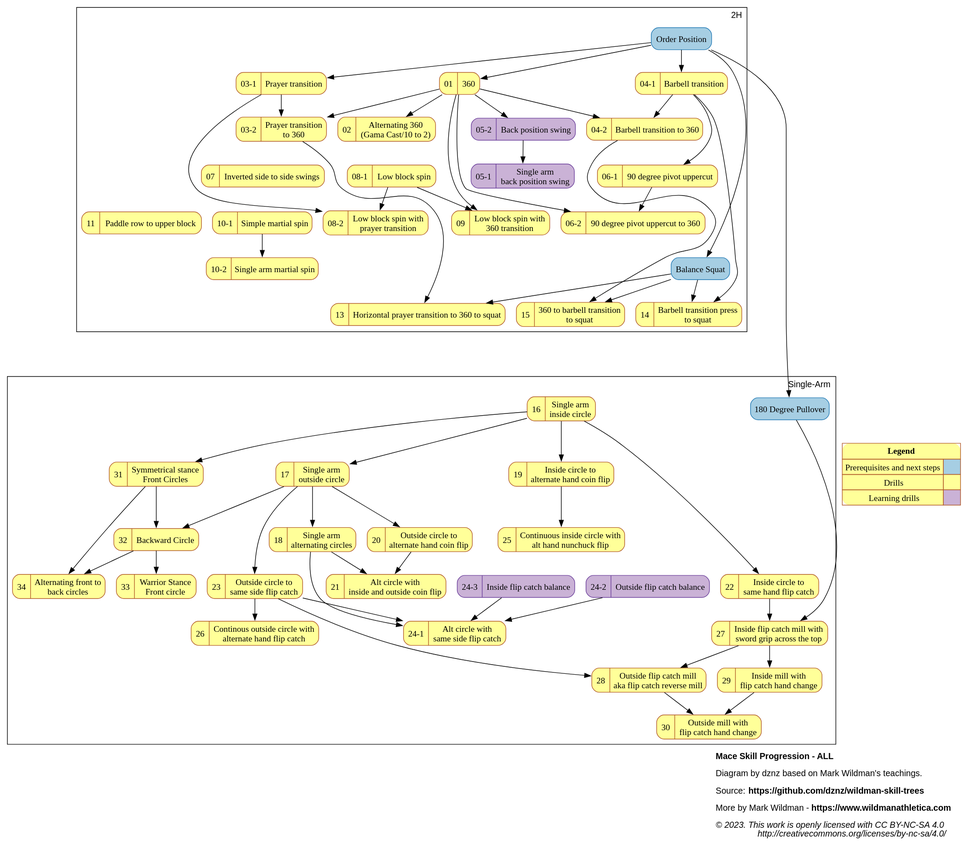
The PlantUML diagram dist/mace_progression_ALL.svg in dznz/wildman-skill-trees, before a commit. Its source is kept beside it as src/mace/mace_progression_ALL.puml.
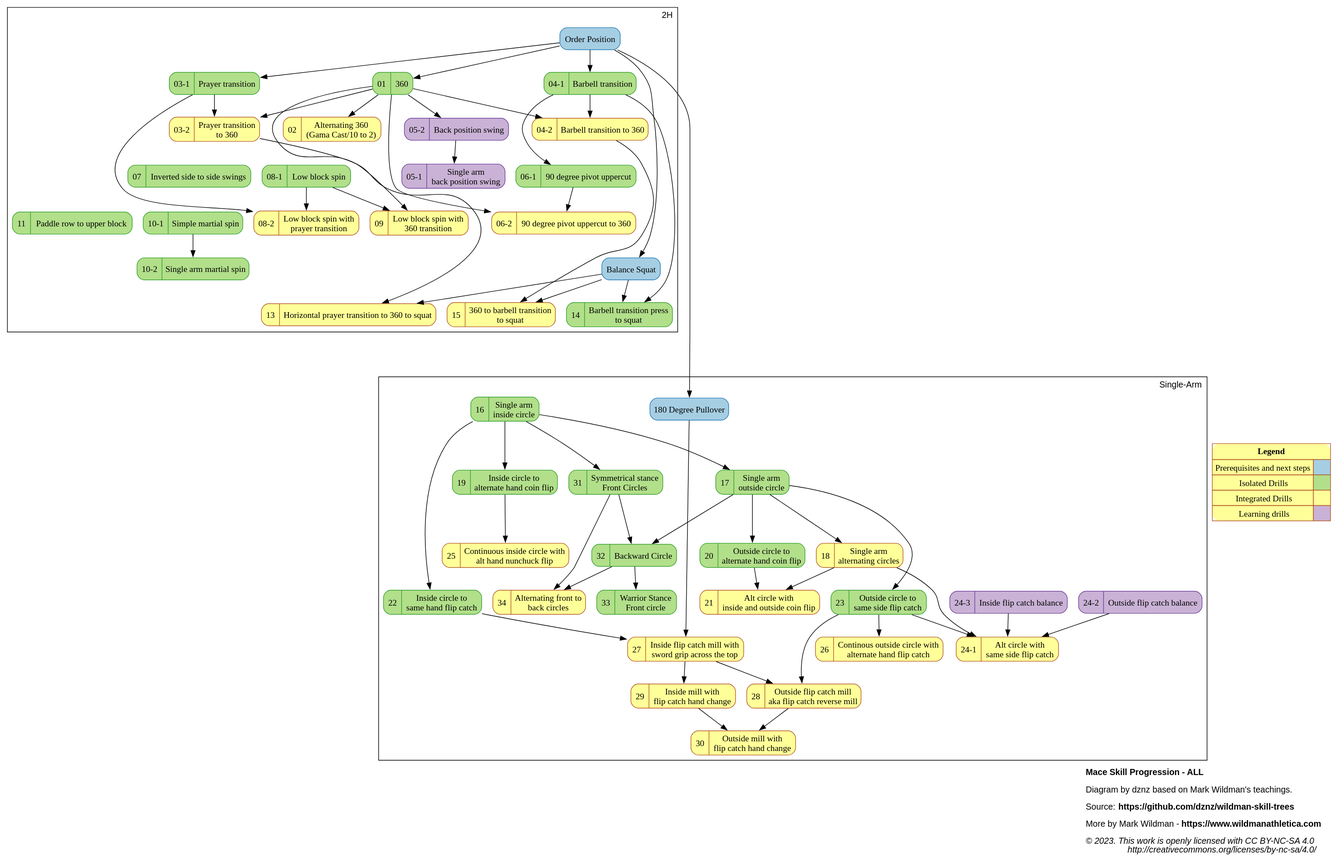
Above is the later version.

Commit message:
feat(mace_progression_ALL): key isolate/integrate

Identify which of the drills are "isolated" vs which are "integrated",
that is, which combine the atomic isolated movements into an integrated
flow.

Diff of the diagram source:
```diff
@@ -33,6 +33,11 @@
     ext_order -> {ext_sq; ext_180pull}
   }
 
+  subgraph isolated {
+    node [color=4, fillcolor=3]
+    mov_01_360, mov_031_prayer, mov_041_barbell, mov_061_uppercut, mov_07_invs2sswing, mov_081_lowblockspin, mov_101_martialspin, mov_102_samartialspin, mov_14_barpress2sq
+    mov_051_sabackswing, mov_052_backswing, mov_11_paddlerow2upblock, mov_16_saincircle, mov_17_saoutcircle, mov_19_incircle2altcoin, mov_20_outcircle2altcoin, mov_22_incircle2sameflip, mov_23_outcircle2sameflip, mov_242_outflip, mov_243_inflip, mov_31_frcircle, mov_32_bkcircle, mov_33_warfrcircle
+  }
 
 mov_01_360                    [label="{{01  |360}}"                                                  URL="https://www.youtube.com/watch?v=TyZ8iYv6Ip0" ]
 mov_02_alt360                 [label="{{02  |Alternating 360\n(Gama Cast/10 to 2)}}"                 URL="https://www.youtube.com/watch?v=ccifkBh2JSI" ]
@@ -181,7 +186,11 @@
       <TD BGCOLOR="1">&nbsp;&nbsp;&nbsp;&nbsp;&nbsp;</TD>
      </TR>
      <TR>
-      <TD>Drills</TD>
+      <TD>Isolated Drills</TD>
+      <TD BGCOLOR="3"></TD>
+     </TR>
+     <TR>
+      <TD>Integrated Drills</TD>
       <TD BGCOLOR="11"></TD>
      </TR>
      <TR>
```
